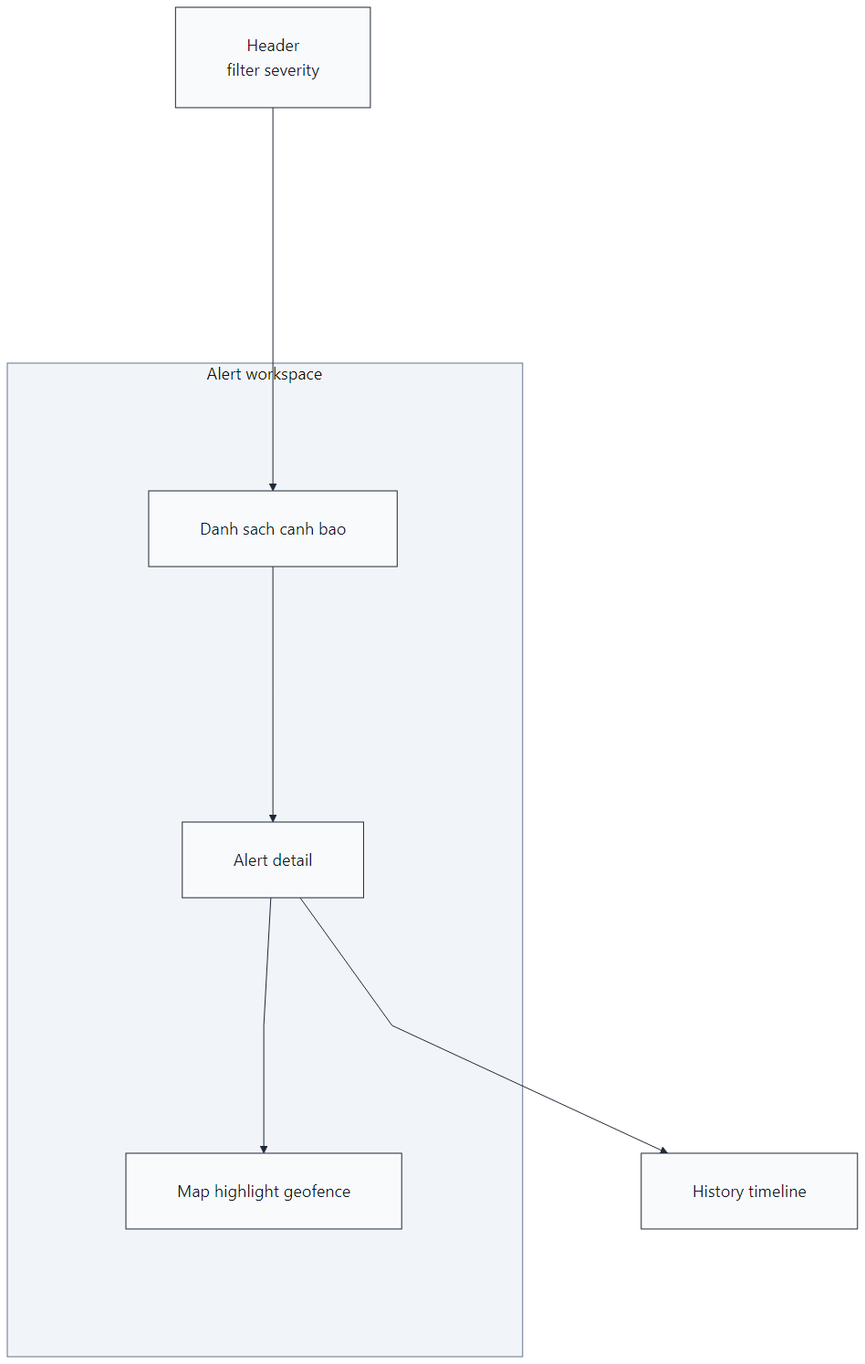
This is resources/reports/thesis/final/assets/figures/09-chuong-4-trien-khai-cloud-hinh-4-23.png from anmh1205/IoT_Vehicle_Tracking_System, a Mermaid export, as it was before one commit. Its source is kept beside it as resources/reports/thesis/final/assets/uml/09-chuong-4-trien-khai-cloud-hinh-4-23.mmd.
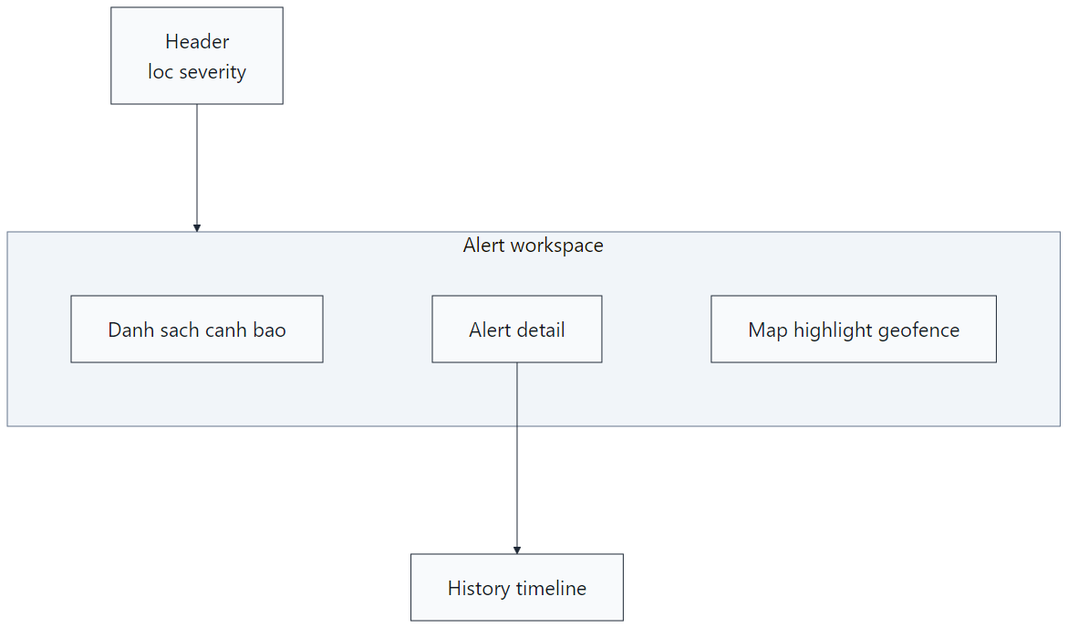
After the change.

Diff of the diagram source:
```diff
@@ -1,5 +1,5 @@
 flowchart TB
-    Header["Header<br/>filter severity"]
+    Header["Header<br/>loc severity"]
 
     subgraph AlertWorkspace["Alert workspace"]
         direction LR
@@ -10,7 +10,5 @@
 
     History["History timeline"]
 
-    Header --> AlertList
-    AlertList --> Detail
-    Detail --> MapPanel
+    Header --> AlertWorkspace
     Detail --> History
```
